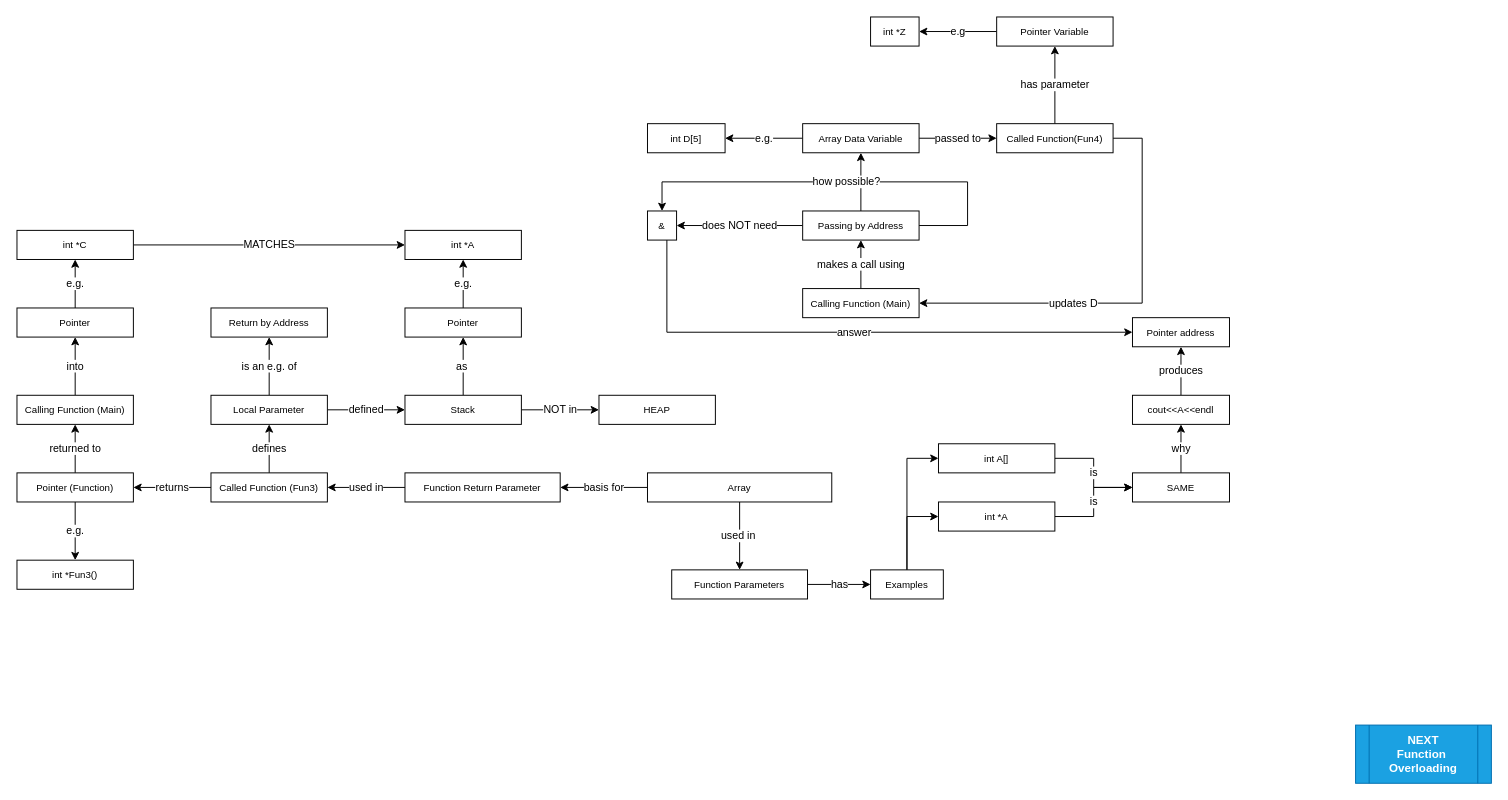
The draw.io diagram page "Arrays (1)" (1 of 4) of revision/supplementary/algocpp-main.drawio in BSCdfdff/algorithmscpp, before the edit. Source tidied: cells renumbered, new cells numbered last; positions are measured from the earlier drawing's top-left corner, leaving out a move shared by most shapes. Both pictures are drawn from the tidied source at 97%, with x=0, y=0 at pixel (16, 16).
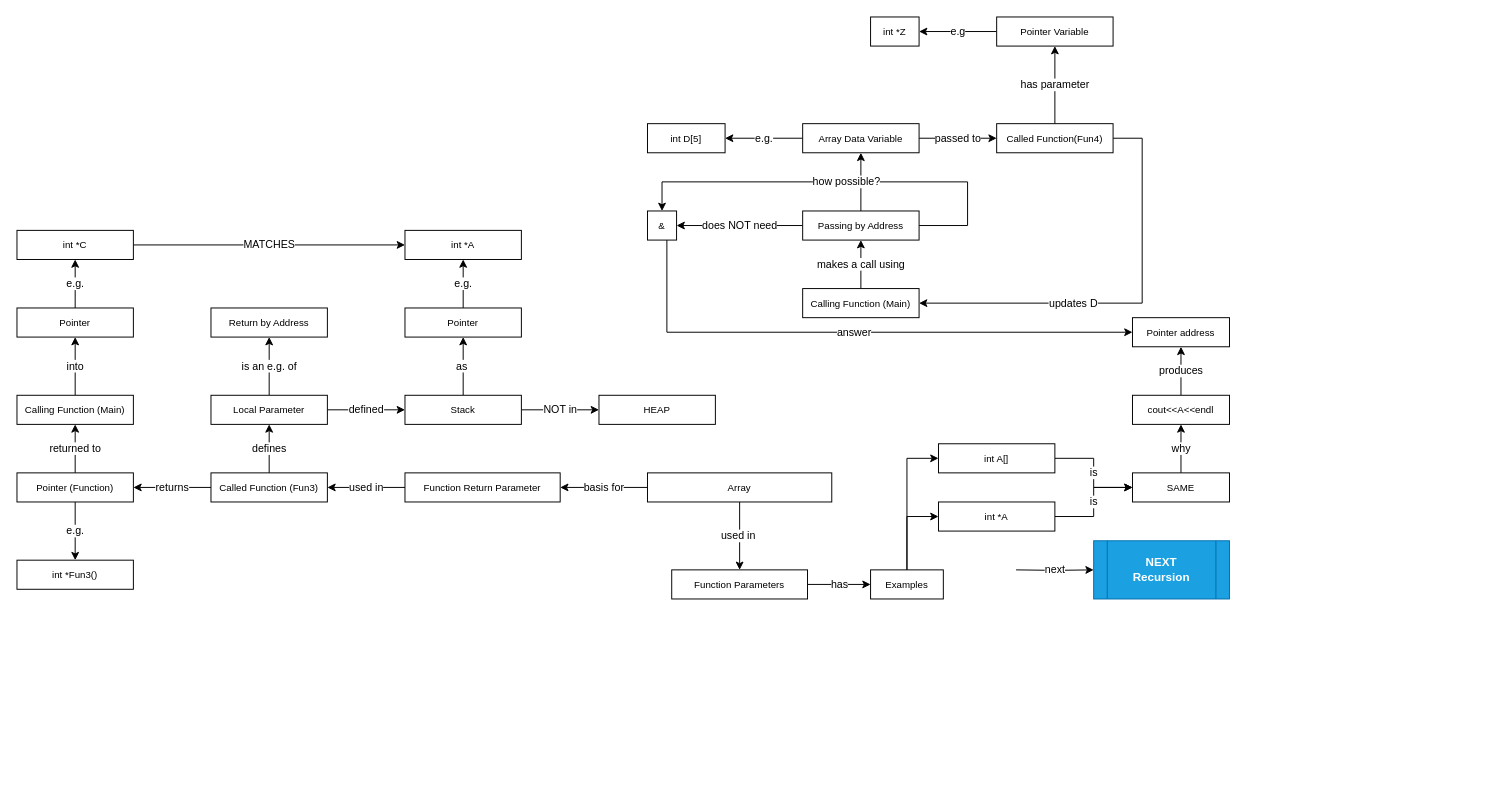
The same diagram, later.

What changed in the source:
```diff
@@
+    <mxCell id="64" value="next" style="edgeStyle=orthogonalEdgeStyle;rounded=0;jettySize=auto;html=1;" parent="1" edge="1" target="12">
+      <mxGeometry relative="1" as="geometry">
+        <mxPoint x="1030" y="570" as="sourcePoint" />
+      </mxGeometry>
+    </mxCell>
-    <mxCell id="12" value="NEXT&lt;br&gt;Function&amp;nbsp;&lt;br&gt;Overloading" style="shape=process;whiteSpace=wrap;html=1;backgroundOutline=1;rounded=0;shadow=0;fillColor=#1ba1e2;strokeColor=#006EAF;fontColor=#ffffff;fontStyle=1;fontFamily=Montserrat;FType=g;" parent="1" vertex="1">
-      <mxGeometry x="1380" y="730" width="140" height="60" as="geometry" />
+    <mxCell id="12" value="NEXT&lt;br&gt;Recursion" style="shape=process;whiteSpace=wrap;html=1;backgroundOutline=1;rounded=0;shadow=0;fillColor=#1ba1e2;strokeColor=#006EAF;fontColor=#ffffff;fontStyle=1;fontFamily=Montserrat;FType=g;" parent="1" vertex="1">
+      <mxGeometry x="1110" y="540" width="140" height="60" as="geometry" />
     </mxCell>
```
